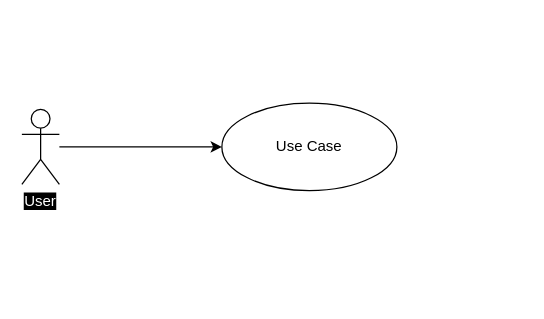
This is Diagrams and Mockups/casos_de_uso.drawio from Jhonathan97/Proyecto_Auditoria, a draw.io file, before an edit. Source tidied: cells renumbered, new cells numbered last; positions are measured from the earlier drawing's top-left corner, leaving out a move shared by most shapes. Both pictures are drawn from the tidied source at 125%, with x=0, y=0 at pixel (21, 102).
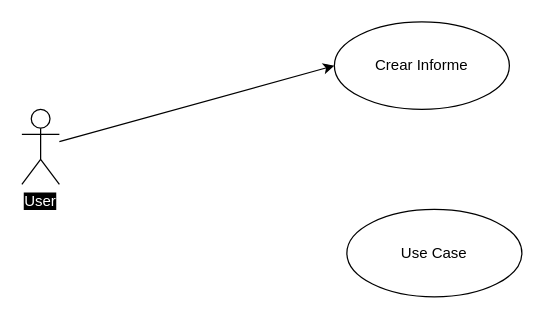
After the change.

Change to the diagram source:
```diff
@@
 <mxGraphModel>
   <root>
     <mxCell id="0" />
     <mxCell id="1" parent="0" />
-    <mxCell id="2" value="Use Case" style="ellipse;whiteSpace=wrap;html=1;" parent="1" vertex="1">
-      <mxGeometry x="160" width="140" height="70" as="geometry" />
+    <mxCell id="2" value="Crear Informe" style="ellipse;whiteSpace=wrap;html=1;" parent="1" vertex="1">
+      <mxGeometry x="250" y="-65" width="140" height="70" as="geometry" />
     </mxCell>
-    <mxCell id="3" style="edgeStyle=orthogonalEdgeStyle;rounded=0;jettySize=auto;html=1;entryX=0;entryY=0.5;entryDx=0;entryDy=0;fontColor=#FFFFFF;" parent="1" edge="1" source="4" target="2">
+    <mxCell id="3" style="rounded=0;jettySize=auto;html=1;entryX=0;entryY=0.5;entryDx=0;entryDy=0;fontColor=#FFFFFF;" parent="1" edge="1" source="4" target="2">
       <mxGeometry relative="1" as="geometry" />
     </mxCell>
     <mxCell id="4" value="User" style="shape=umlActor;verticalLabelPosition=bottom;labelBackgroundColor=#000000;verticalAlign=top;html=1;whiteSpace=wrap;fontColor=#FFFFFF;" parent="1" vertex="1">
       <mxGeometry y="5" width="30" height="60" as="geometry" />
     </mxCell>
+    <mxCell id="5" value="Use Case" style="ellipse;whiteSpace=wrap;html=1;" parent="1" vertex="1">
+      <mxGeometry x="260" y="85" width="140" height="70" as="geometry" />
+    </mxCell>
   </root>
 </mxGraphModel>
```
